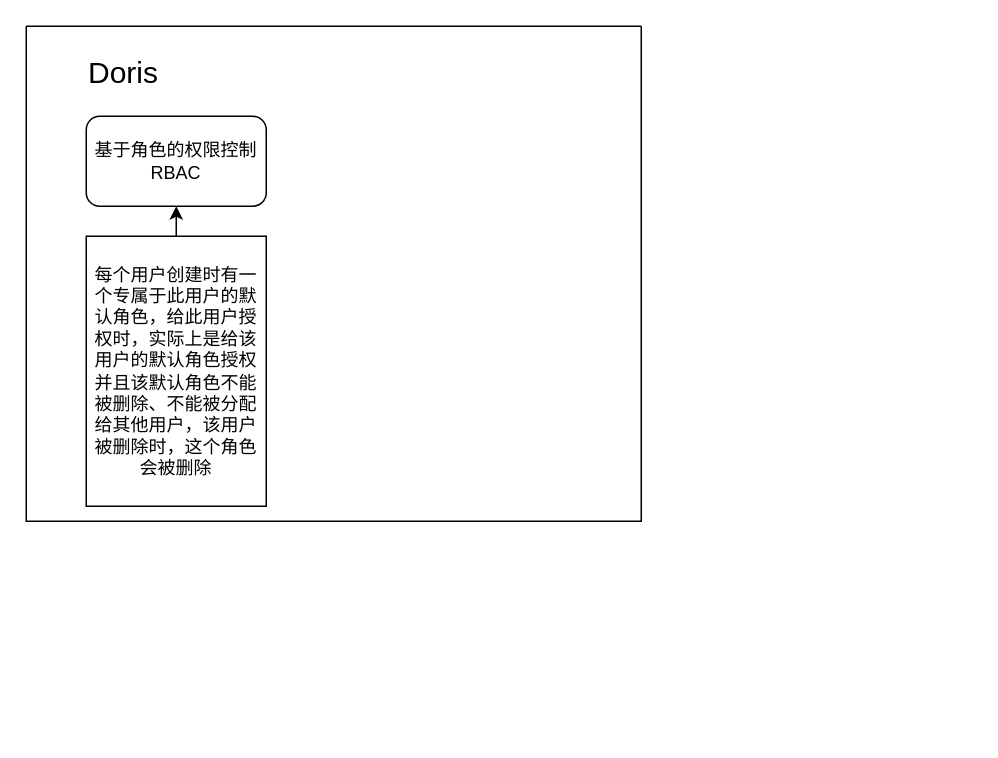
GorgeousU/draw.io keeps this draw.io diagram as page "doris单表权限控制设计" (2 of 2) of 数据湖.drawio. Above is the earlier version. Source tidied: cells renumbered, new cells numbered last; positions are measured from the earlier drawing's top-left corner, leaving out a move shared by most shapes. Both pictures are drawn from the tidied source at 150%, with x=0, y=0 at pixel (26, 26).
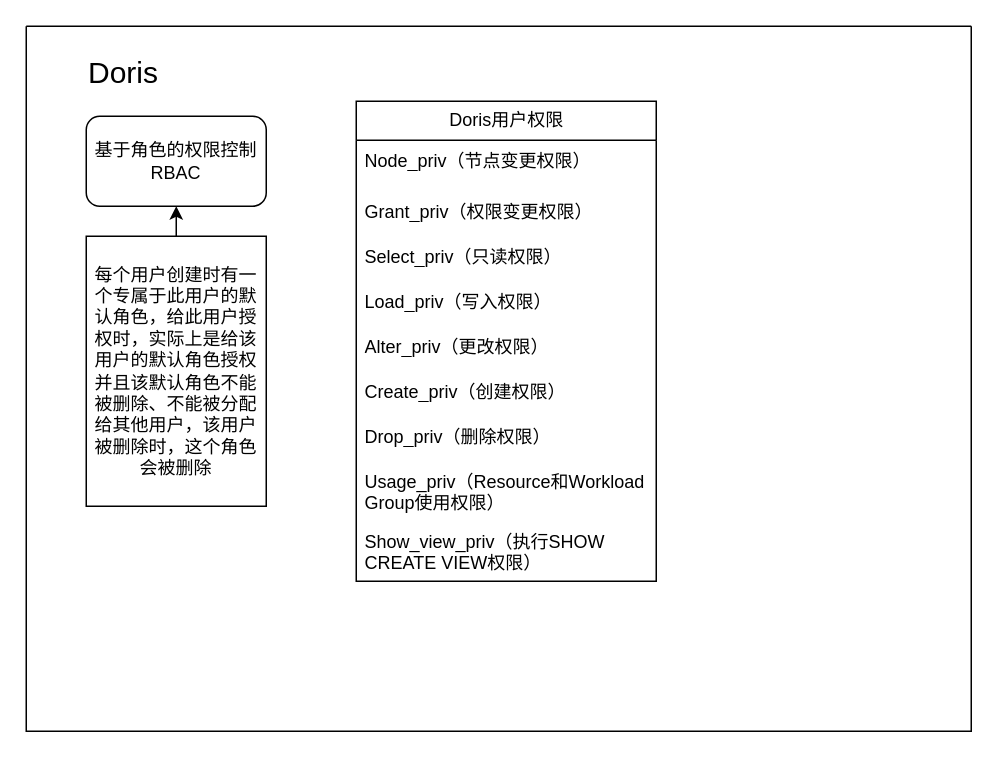
After the change.

Commit message:
更新数据湖.drawio

What changed in the source:
```diff
@@
 <mxGraphModel>
   <root>
     <mxCell id="0" />
     <mxCell id="1" parent="0" />
     <mxCell id="2" style="swimlane;startSize=0;" parent="1" vertex="1">
-      <mxGeometry width="410" height="330" as="geometry" />
+      <mxGeometry width="630" height="470" as="geometry" />
     </mxCell>
     <mxCell id="3" value="基于角色的权限控制&lt;div&gt;RBAC&lt;/div&gt;" style="rounded=1;whiteSpace=wrap;html=1;" parent="2" vertex="1">
       <mxGeometry x="40" y="60" width="120" height="60" as="geometry" />
     </mxCell>
     <mxCell id="4" value="&lt;font style=&quot;font-size: 20px;&quot;&gt;Doris&lt;/font&gt;" style="text;html=1;align=center;verticalAlign=middle;whiteSpace=wrap;rounded=0;" parent="2" vertex="1">
       <mxGeometry x="20" y="10" width="90" height="40" as="geometry" />
     </mxCell>
     <mxCell id="5" value="每个用户创建时有一个专属于此用户的默认角色，给此用户授权时，实际上是给该用户的默认角色授权&lt;div&gt;并且该默认角色不能被删除、不能被分配给其他用户，该用户被删除时，这个角色会被删除&lt;/div&gt;" style="rounded=0;whiteSpace=wrap;html=1;" parent="2" vertex="1">
       <mxGeometry x="40" y="140" width="120" height="180" as="geometry" />
     </mxCell>
     <mxCell id="6" style="endArrow=classic;html=1;rounded=0;exitX=0.5;exitY=0;exitDx=0;exitDy=0;entryX=0.5;entryY=1;entryDx=0;entryDy=0;" parent="2" edge="1" source="5" target="3">
       <mxGeometry relative="1" as="geometry" />
     </mxCell>
+    <mxCell id="7" value="Doris用户权限" style="swimlane;fontStyle=0;horizontal=1;startSize=26;fillColor=none;html=1;" parent="2" vertex="1">
+      <mxGeometry x="220" y="50" width="200" height="320" as="geometry" />
+    </mxCell>
+    <mxCell id="8" value="Node_priv（节点变更权限）" style="text;strokeColor=none;fillColor=none;align=left;verticalAlign=top;spacingLeft=4;spacingRight=4;overflow=hidden;whiteSpace=wrap;html=1;" parent="7" vertex="1">
+      <mxGeometry y="26" width="200" height="34" as="geometry" />
+    </mxCell>
+    <mxCell id="9" value="Grant_priv（权限变更权限）" style="text;strokeColor=none;fillColor=none;align=left;verticalAlign=top;spacingLeft=4;spacingRight=4;overflow=hidden;whiteSpace=wrap;html=1;" parent="7" vertex="1">
+      <mxGeometry y="60" width="200" height="30" as="geometry" />
+    </mxCell>
+    <mxCell id="10" value="Select_priv（只读权限）" style="text;strokeColor=none;fillColor=none;align=left;verticalAlign=top;spacingLeft=4;spacingRight=4;overflow=hidden;whiteSpace=wrap;html=1;" parent="7" vertex="1">
+      <mxGeometry y="90" width="200" height="30" as="geometry" />
+    </mxCell>
+    <mxCell id="11" value="Load_priv（写入权限）" style="text;strokeColor=none;fillColor=none;align=left;verticalAlign=top;spacingLeft=4;spacingRight=4;overflow=hidden;whiteSpace=wrap;html=1;" parent="7" vertex="1">
+      <mxGeometry y="120" width="200" height="30" as="geometry" />
+    </mxCell>
+    <mxCell id="12" value="Alter_priv（更改权限）" style="text;strokeColor=none;fillColor=none;align=left;verticalAlign=top;spacingLeft=4;spacingRight=4;overflow=hidden;whiteSpace=wrap;html=1;" parent="7" vertex="1">
+      <mxGeometry y="150" width="200" height="30" as="geometry" />
+    </mxCell>
+    <mxCell id="13" value="Create_priv（创建权限）" style="text;strokeColor=none;fillColor=none;align=left;verticalAlign=top;spacingLeft=4;spacingRight=4;overflow=hidden;whiteSpace=wrap;html=1;" parent="7" vertex="1">
+      <mxGeometry y="180" width="200" height="30" as="geometry" />
+    </mxCell>
+    <mxCell id="14" value="Drop_priv（删除权限）" style="text;strokeColor=none;fillColor=none;align=left;verticalAlign=top;spacingLeft=4;spacingRight=4;overflow=hidden;whiteSpace=wrap;html=1;" parent="7" vertex="1">
+      <mxGeometry y="210" width="200" height="30" as="geometry" />
+    </mxCell>
+    <mxCell id="15" value="Usage_priv（Resource和Workload Group使用权限）" style="text;strokeColor=none;fillColor=none;align=left;verticalAlign=top;spacingLeft=4;spacingRight=4;overflow=hidden;whiteSpace=wrap;html=1;" parent="7" vertex="1">
+      <mxGeometry y="240" width="200" height="40" as="geometry" />
+    </mxCell>
+    <mxCell id="16" value="Show_view_priv（执行SHOW CREATE VIEW权限）" style="text;strokeColor=none;fillColor=none;align=left;verticalAlign=top;spacingLeft=4;spacingRight=4;overflow=hidden;whiteSpace=wrap;html=1;" parent="7" vertex="1">
+      <mxGeometry y="280" width="200" height="40" as="geometry" />
+    </mxCell>
   </root>
 </mxGraphModel>
```
